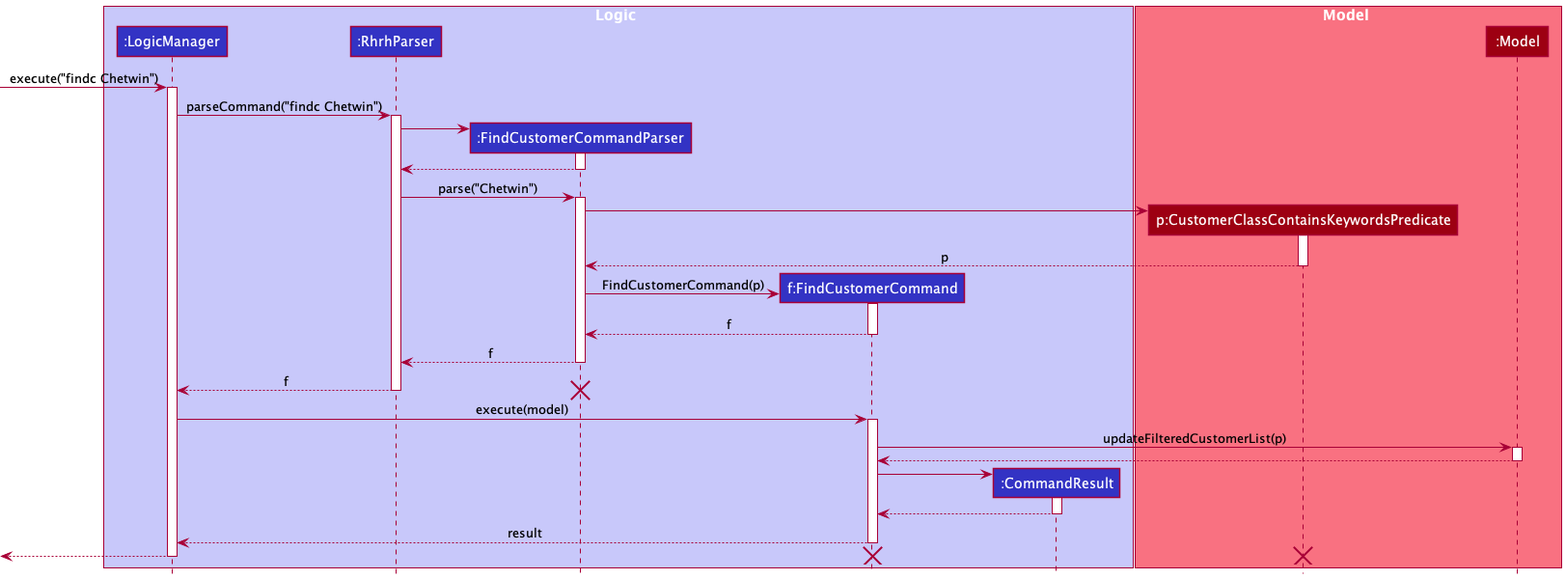
Before: docs/images/FindCustomerCommandSequenceDiagram.png, a diagram exported from PlantUML (nus-cs2103-AY2122S1/tp).
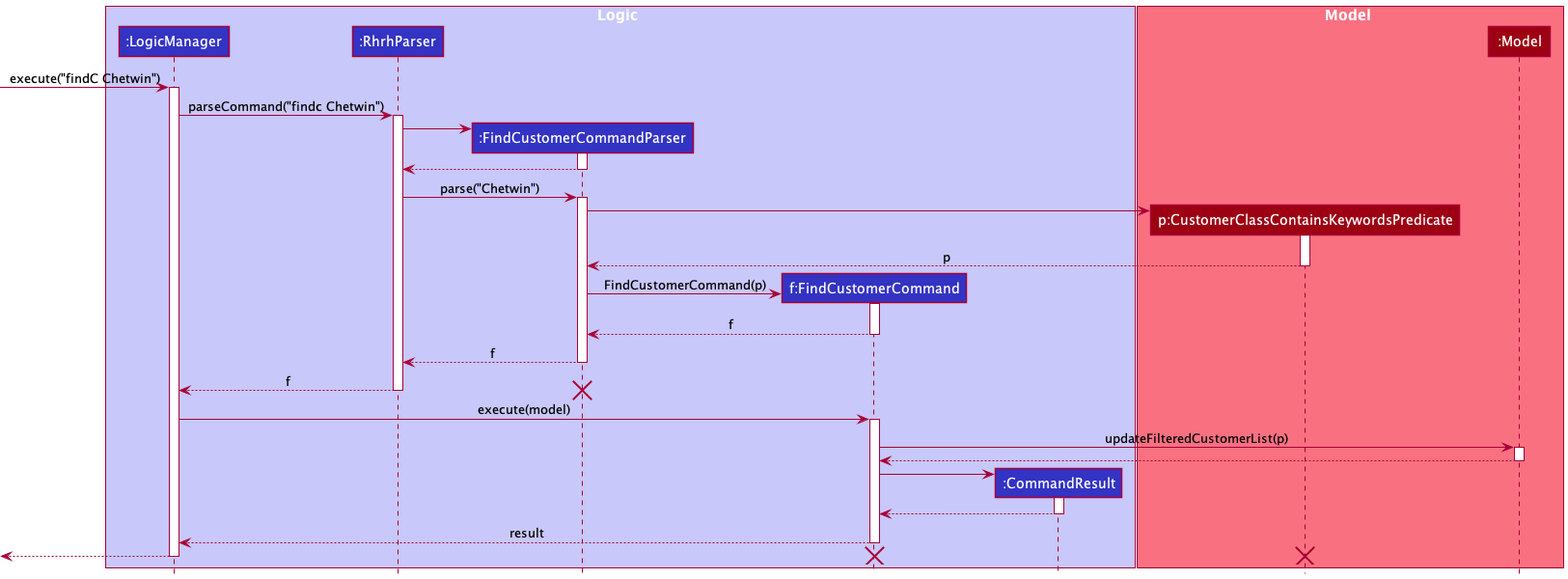
Later version of the same file.

Commit message:
Findcustomer section of DG updated, with diagrams and write up

The edit, as a diff of the source:
```diff
@@ -14,7 +14,7 @@
 participant ":Model" as Model MODEL_COLOR
 end box
 
-[-> LogicManager : execute("findc Chetwin")
+[-> LogicManager : execute("findC Chetwin")
 activate LogicManager
 
 LogicManager -> RhrhParser : parseCommand("findc Chetwin")
```
